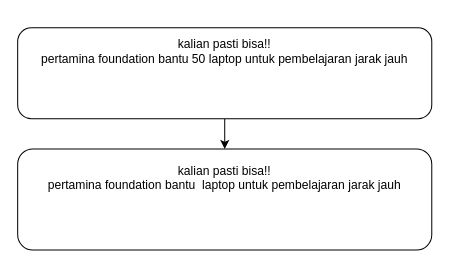
Above: Dokumen TA/Paper/Gambar/Proses Menghapus hastag.drawio in muspriandi/TextMining-SentimentAnalysis (draw.io), before the change. Source tidied: cells renumbered, new cells numbered last; positions are measured from the earlier drawing's top-left corner, leaving out a move shared by most shapes. Both pictures are drawn from the tidied source at 101%, with x=0, y=0 at pixel (17, 27).
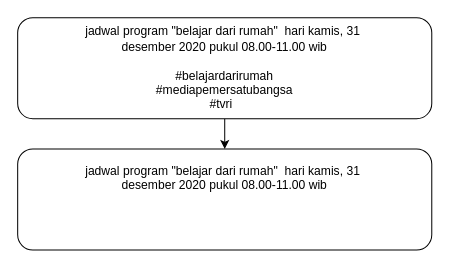
The same page after the edit.

Change to the diagram source:
```diff
@@
 <mxGraphModel>
   <root>
     <mxCell id="0" />
     <mxCell id="1" parent="0" />
     <mxCell id="2" style="edgeStyle=orthogonalEdgeStyle;rounded=0;jettySize=auto;html=1;entryX=0.5;entryY=0;entryDx=0;entryDy=0;" parent="1" edge="1" source="3" target="4">
       <mxGeometry relative="1" as="geometry" />
     </mxCell>
-    <mxCell id="3" value="&lt;div&gt;&lt;div&gt;&lt;div&gt;kalian pasti bisa!!&lt;/div&gt;&lt;div&gt;pertamina foundation bantu 50 laptop untuk pembelajaran jarak jauh&lt;/div&gt;&lt;div&gt;&lt;br&gt;&lt;/div&gt;&lt;div&gt;&lt;br&gt;&lt;/div&gt;&lt;/div&gt;&lt;/div&gt;&lt;div&gt;&lt;br&gt;&lt;/div&gt;" style="rounded=1;whiteSpace=wrap;html=1;align=center;" parent="1" vertex="1">
-      <mxGeometry width="410" height="90" as="geometry" />
+    <mxCell id="3" value="&lt;div&gt;&lt;div&gt;&lt;div&gt;&lt;div&gt;jadwal program &quot;belajar dari rumah&quot;&amp;nbsp; hari kamis, 31&amp;nbsp;&lt;/div&gt;&lt;div&gt;desember 2020 pukul 08.00-11.00 wib&lt;/div&gt;&lt;div&gt;&lt;br&gt;&lt;/div&gt;&lt;div&gt;#belajardarirumah&lt;/div&gt;&lt;div&gt;#mediapemersatubangsa&lt;/div&gt;&lt;div&gt;#tvri&amp;nbsp;&amp;nbsp;&lt;/div&gt;&lt;/div&gt;&lt;/div&gt;&lt;/div&gt;" style="rounded=1;whiteSpace=wrap;html=1;align=center;" parent="1" vertex="1">
+      <mxGeometry y="-10" width="410" height="100" as="geometry" />
     </mxCell>
-    <mxCell id="4" value="&lt;div&gt;&lt;div&gt;kalian pasti bisa!!&lt;/div&gt;&lt;div&gt;pertamina foundation bantu&amp;nbsp; laptop untuk pembelajaran jarak jauh&lt;/div&gt;&lt;div&gt;&lt;br&gt;&lt;/div&gt;&lt;div&gt;&lt;br&gt;&lt;/div&gt;&lt;div&gt;&lt;br&gt;&lt;/div&gt;&lt;/div&gt;" style="rounded=1;whiteSpace=wrap;html=1;align=center;" parent="1" vertex="1">
+    <mxCell id="4" value="&lt;div&gt;jadwal program &quot;belajar dari rumah&quot;&amp;nbsp; hari kamis, 31&lt;span&gt;&amp;nbsp;&lt;/span&gt;&lt;/div&gt;&lt;div&gt;&lt;span&gt;desember 2020 pukul 08.00-11.00 wib&lt;/span&gt;&lt;/div&gt;&lt;div&gt;&lt;br&gt;&lt;/div&gt;&lt;div&gt;&lt;br&gt;&lt;/div&gt;&lt;div&gt;&lt;br&gt;&lt;/div&gt;" style="rounded=1;whiteSpace=wrap;html=1;align=center;" parent="1" vertex="1">
       <mxGeometry y="120" width="410" height="100" as="geometry" />
     </mxCell>
   </root>
 </mxGraphModel>
```
